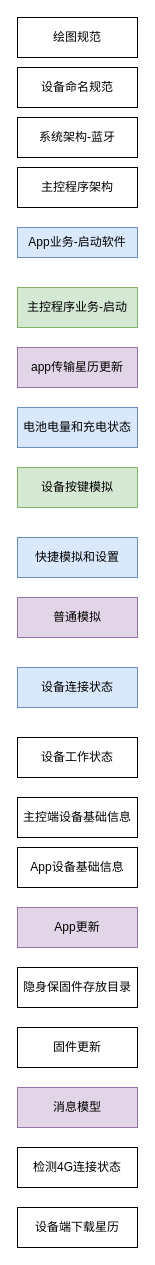
Earlier version of the draw.io diagram page "目录" (3 of 24) of 隐身保arm版-业务流程-V1.0-20221028-1.drawio (kyphoon/ysb_drawio_tree). Source tidied: cells renumbered, new cells numbered last; positions are measured from the earlier drawing's top-left corner, leaving out a move shared by most shapes. Both pictures are drawn from the tidied source at 100%, with x=0, y=0 at pixel (17, 17).
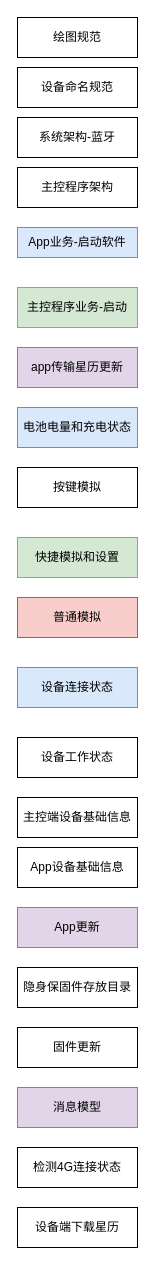
The same page after the edit.

The edit, as a diff of the source:
```diff
@@
-    <mxCell id="7" value="设备按键模拟" style="rounded=0;whiteSpace=wrap;html=1;fillColor=#d5e8d4;strokeColor=#82b366;" parent="1" vertex="1">
+    <mxCell id="7" value="按键模拟" style="rounded=0;whiteSpace=wrap;html=1;" parent="1" vertex="1">
       <mxGeometry y="450" width="120" height="40" as="geometry" />
     </mxCell>
-    <mxCell id="8" value="快捷模拟和设置" style="rounded=0;whiteSpace=wrap;html=1;fillColor=#dae8fc;strokeColor=#6c8ebf;" parent="1" vertex="1">
+    <mxCell id="8" value="快捷模拟和设置" style="rounded=0;whiteSpace=wrap;html=1;fillColor=#d5e8d4;strokeColor=#82b366;" parent="1" vertex="1">
       <mxGeometry y="520" width="120" height="40" as="geometry" />
     </mxCell>
-    <mxCell id="9" value="普通模拟" style="rounded=0;whiteSpace=wrap;html=1;fillColor=#e1d5e7;strokeColor=#9673a6;" parent="1" vertex="1">
+    <mxCell id="9" value="普通模拟" style="rounded=0;whiteSpace=wrap;html=1;fillColor=#f8cecc;strokeColor=#b85450;" parent="1" vertex="1">
       <mxGeometry y="580" width="120" height="40" as="geometry" />
     </mxCell>
```
